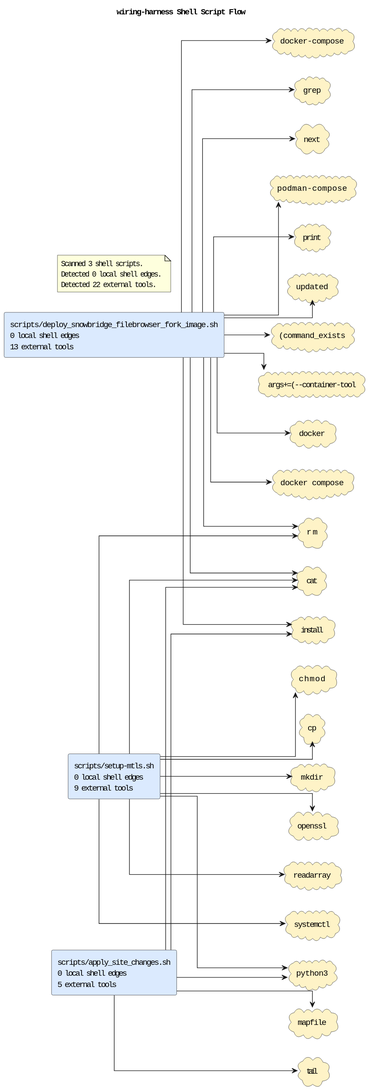
Earlier version of the PlantUML export docs/diagrams/shell-call-graph.puml.svg (casonk/wiring-harness).
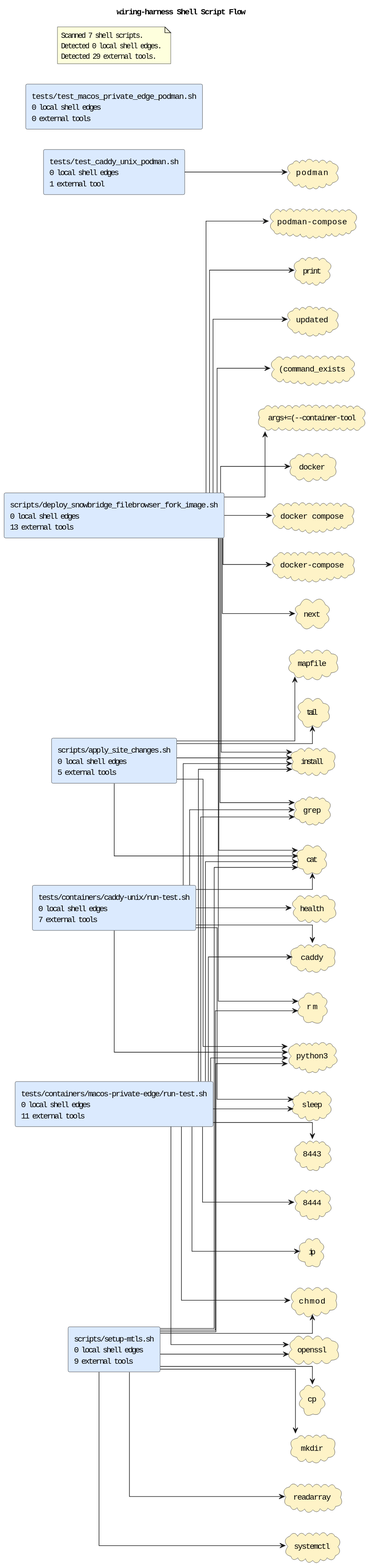
The same diagram one commit later.

Diff of the diagram source:
```diff
@@ -8,8 +8,15 @@
 rectangle "scripts/apply_site_changes.sh\n0 local shell edges\n5 external tools" as shell_scripts_apply_site_changes_sh #DBEAFE
 rectangle "scripts/deploy_snowbridge_filebrowser_fork_image.sh\n0 local shell edges\n13 external tools" as shell_scripts_deploy_snowbridge_filebrowser_fork_image_sh #DBEAFE
 rectangle "scripts/setup-mtls.sh\n0 local shell edges\n9 external tools" as shell_scripts_setup_mtls_sh #DBEAFE
+rectangle "tests/containers/caddy-unix/run-test.sh\n0 local shell edges\n7 external tools" as shell_tests_containers_caddy_unix_run_test_sh #DBEAFE
+rectangle "tests/containers/macos-private-edge/run-test.sh\n0 local shell edges\n11 external tools" as shell_tests_containers_macos_private_edge_run_test_sh #DBEAFE
+rectangle "tests/test_caddy_unix_podman.sh\n0 local shell edges\n1 external tool" as shell_tests_test_caddy_unix_podman_sh #DBEAFE
+rectangle "tests/test_macos_private_edge_podman.sh\n0 local shell edges\n0 external tools" as shell_tests_test_macos_private_edge_podman_sh #DBEAFE
 cloud "(command_exists" as tool_command_exists #FEF3C7
+cloud "8443" as tool_tool_8443 #FEF3C7
+cloud "8444" as tool_tool_8444 #FEF3C7
 cloud "args+=(--container-tool" as tool_args_container_tool #FEF3C7
+cloud "caddy" as tool_caddy #FEF3C7
 cloud "cat" as tool_cat #FEF3C7
 cloud "chmod" as tool_chmod #FEF3C7
 cloud "cp" as tool_cp #FEF3C7
@@ -17,16 +24,20 @@
 cloud "docker compose" as tool_docker_compose #FEF3C7
 cloud "docker-compose" as tool_docker_compose_2 #FEF3C7
 cloud "grep" as tool_grep #FEF3C7
+cloud "health" as tool_health #FEF3C7
 cloud "install" as tool_install #FEF3C7
+cloud "ip" as tool_ip #FEF3C7
 cloud "mapfile" as tool_mapfile #FEF3C7
 cloud "mkdir" as tool_mkdir #FEF3C7
 cloud "next" as tool_next #FEF3C7
 cloud "openssl" as tool_openssl #FEF3C7
+cloud "podman" as tool_podman #FEF3C7
 cloud "podman-compose" as tool_podman_compose #FEF3C7
 cloud "print" as tool_print #FEF3C7
 cloud "python3" as tool_python3 #FEF3C7
 cloud "readarray" as tool_readarray #FEF3C7
 cloud "rm" as tool_rm #FEF3C7
+cloud "sleep" as tool_sleep #FEF3C7
 cloud "systemctl" as tool_systemctl #FEF3C7
 cloud "tail" as tool_tail #FEF3C7
 cloud "updated" as tool_updated #FEF3C7
@@ -57,9 +68,28 @@
 shell_scripts_setup_mtls_sh --> tool_readarray
 shell_scripts_setup_mtls_sh --> tool_rm
 shell_scripts_setup_mtls_sh --> tool_systemctl
+shell_tests_containers_caddy_unix_run_test_sh --> tool_caddy
+shell_tests_containers_caddy_unix_run_test_sh --> tool_cat
+shell_tests_containers_caddy_unix_run_test_sh --> tool_grep
+shell_tests_containers_caddy_unix_run_test_sh --> tool_health
+shell_tests_containers_caddy_unix_run_test_sh --> tool_install
+shell_tests_containers_caddy_unix_run_test_sh --> tool_python3
+shell_tests_containers_caddy_unix_run_test_sh --> tool_sleep
+shell_tests_containers_macos_private_edge_run_test_sh --> tool_tool_8443
+shell_tests_containers_macos_private_edge_run_test_sh --> tool_tool_8444
+shell_tests_containers_macos_private_edge_run_test_sh --> tool_caddy
+shell_tests_containers_macos_private_edge_run_test_sh --> tool_cat
+shell_tests_containers_macos_private_edge_run_test_sh --> tool_chmod
+shell_tests_containers_macos_private_edge_run_test_sh --> tool_grep
+shell_tests_containers_macos_private_edge_run_test_sh --> tool_install
+shell_tests_containers_macos_private_edge_run_test_sh --> tool_ip
+shell_tests_containers_macos_private_edge_run_test_sh --> tool_openssl
+shell_tests_containers_macos_private_edge_run_test_sh --> tool_python3
+shell_tests_containers_macos_private_edge_run_test_sh --> tool_sleep
+shell_tests_test_caddy_unix_podman_sh --> tool_podman
 note as shellGraphSummary
-Scanned 3 shell scripts.
+Scanned 7 shell scripts.
 Detected 0 local shell edges.
-Detected 22 external tools.
+Detected 29 external tools.
 end note
 @enduml
```
